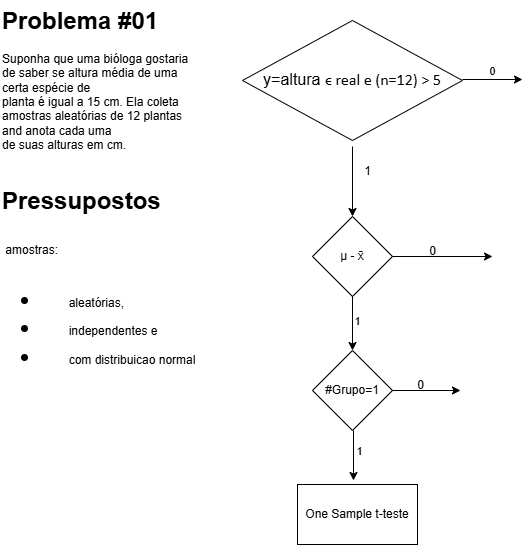
Above: diagrams/Diagram.drawio.png in stick35em10/Exemplos_para_os_Testes_de_Hip-teses (draw.io), before the change. Source tidied: cells renumbered, new cells last; positions are measured from the earlier drawing's top-left corner, leaving out a move shared by most shapes.
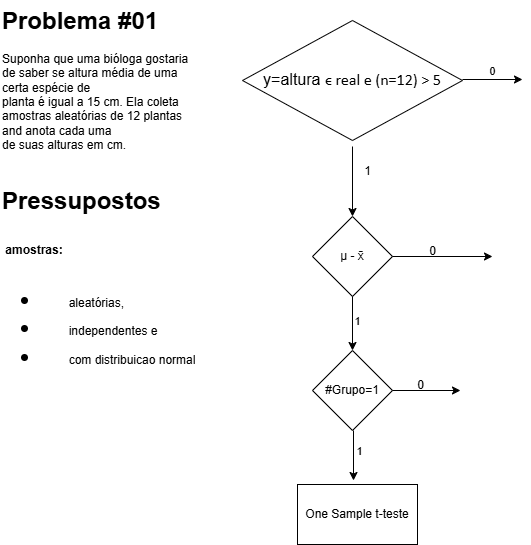
Later version of the same file.

What changed in the source:
```diff
@@ -45,7 +45,7 @@
     <mxCell id="12" value="&lt;h1 style=&quot;margin-top: 0px;&quot;&gt;Problema #01&lt;/h1&gt;&lt;p&gt;Suponha que uma bióloga gostaria de saber se altura média de uma certa espécie de &lt;br/&gt;planta é igual a 15 cm. Ela coleta amostras aleatórias de 12 plantas and anota cada uma &lt;br/&gt;de suas alturas em cm.&lt;/p&gt;" style="text;html=1;whiteSpace=wrap;overflow=hidden;rounded=0;" parent="1" vertex="1">
       <mxGeometry width="200" height="160" as="geometry" />
     </mxCell>
-    <mxCell id="13" value="&lt;h1 style=&quot;margin-top: 0px;&quot;&gt;Pressupostos&lt;/h1&gt;&lt;h1 style=&quot;margin-top: 0px;&quot;&gt;&lt;span style=&quot;background-color: transparent; color: light-dark(rgb(0, 0, 0), rgb(255, 255, 255)); font-size: 12px; font-weight: normal;&quot;&gt;&amp;nbsp;amostras:&amp;nbsp;&lt;/span&gt;&lt;/h1&gt;&lt;h1 style=&quot;margin-top: 0px;&quot;&gt;&lt;ul&gt;&lt;li&gt;&lt;span style=&quot;background-color: transparent; color: light-dark(rgb(0, 0, 0), rgb(255, 255, 255)); font-size: 12px; font-weight: normal;&quot;&gt;&lt;span style=&quot;white-space: pre;&quot;&gt;&#9;&lt;/span&gt;aleatórias,&amp;nbsp;&lt;/span&gt;&lt;/li&gt;&lt;li&gt;&lt;span style=&quot;background-color: transparent; color: light-dark(rgb(0, 0, 0), rgb(255, 255, 255)); font-size: 12px; font-weight: normal;&quot;&gt;&lt;span style=&quot;white-space: pre;&quot;&gt;&#9;&lt;/span&gt;independentes e&amp;nbsp;&lt;/span&gt;&lt;/li&gt;&lt;li&gt;&lt;span style=&quot;background-color: transparent; color: light-dark(rgb(0, 0, 0), rgb(255, 255, 255)); font-size: 12px; font-weight: normal;&quot;&gt;&lt;span style=&quot;white-space: pre;&quot;&gt;&#9;&lt;/span&gt;com distribuicao normal&lt;/span&gt;&lt;/li&gt;&lt;/ul&gt;&lt;/h1&gt;" style="text;html=1;whiteSpace=wrap;overflow=hidden;rounded=0;" parent="1" vertex="1">
+    <mxCell id="13" value="&lt;h1 style=&quot;margin-top: 0px;&quot;&gt;Pressupostos&lt;/h1&gt;&lt;h1 style=&quot;margin-top: 0px;&quot;&gt;&lt;span style=&quot;background-color: transparent; color: light-dark(rgb(0, 0, 0), rgb(255, 255, 255)); font-size: 12px; font-weight: normal;&quot;&gt;&amp;nbsp;&lt;/span&gt;&lt;span style=&quot;background-color: transparent; color: light-dark(rgb(0, 0, 0), rgb(255, 255, 255)); font-size: 12px;&quot;&gt;amostras:&lt;/span&gt;&lt;span style=&quot;background-color: transparent; color: light-dark(rgb(0, 0, 0), rgb(255, 255, 255)); font-size: 12px; font-weight: normal;&quot;&gt;&amp;nbsp;&lt;/span&gt;&lt;/h1&gt;&lt;h1 style=&quot;margin-top: 0px;&quot;&gt;&lt;ul&gt;&lt;li&gt;&lt;span style=&quot;background-color: transparent; color: light-dark(rgb(0, 0, 0), rgb(255, 255, 255)); font-size: 12px; font-weight: normal;&quot;&gt;&lt;span style=&quot;white-space: pre;&quot;&gt;&#9;&lt;/span&gt;aleatórias,&amp;nbsp;&lt;/span&gt;&lt;/li&gt;&lt;li&gt;&lt;span style=&quot;background-color: transparent; color: light-dark(rgb(0, 0, 0), rgb(255, 255, 255)); font-size: 12px; font-weight: normal;&quot;&gt;&lt;span style=&quot;white-space: pre;&quot;&gt;&#9;&lt;/span&gt;independentes e&amp;nbsp;&lt;/span&gt;&lt;/li&gt;&lt;li&gt;&lt;span style=&quot;background-color: transparent; color: light-dark(rgb(0, 0, 0), rgb(255, 255, 255)); font-size: 12px; font-weight: normal;&quot;&gt;&lt;span style=&quot;white-space: pre;&quot;&gt;&#9;&lt;/span&gt;com distribuicao normal&lt;/span&gt;&lt;/li&gt;&lt;/ul&gt;&lt;/h1&gt;" style="text;html=1;whiteSpace=wrap;overflow=hidden;rounded=0;" parent="1" vertex="1">
       <mxGeometry y="180" width="210" height="190" as="geometry" />
     </mxCell>
     <mxCell id="14" value="#Grupo=1" style="rhombus;whiteSpace=wrap;html=1;" parent="1" vertex="1">
```
